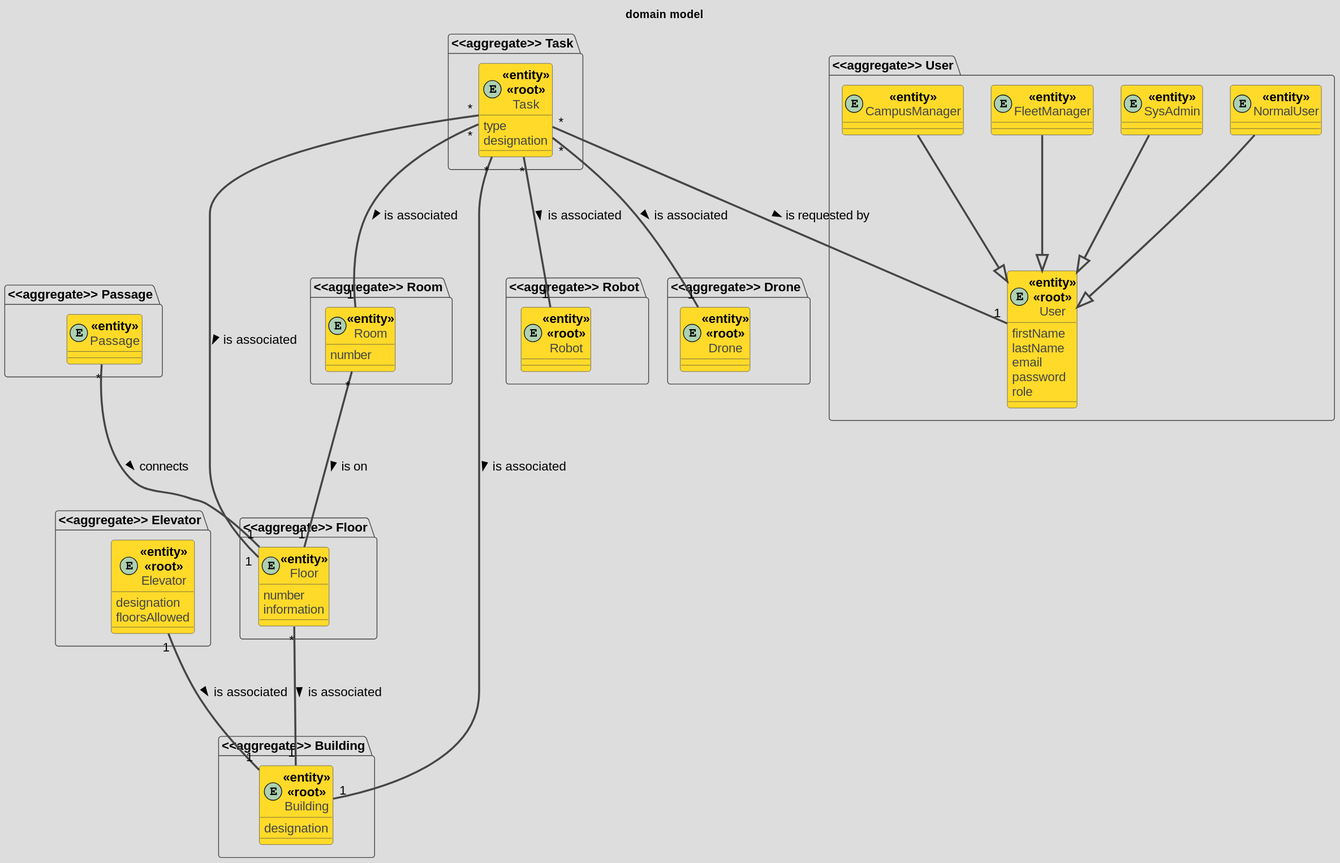
Before: docs/domain model.svg, a diagram exported from PlantUML (ruben1132/PI5_23-24).
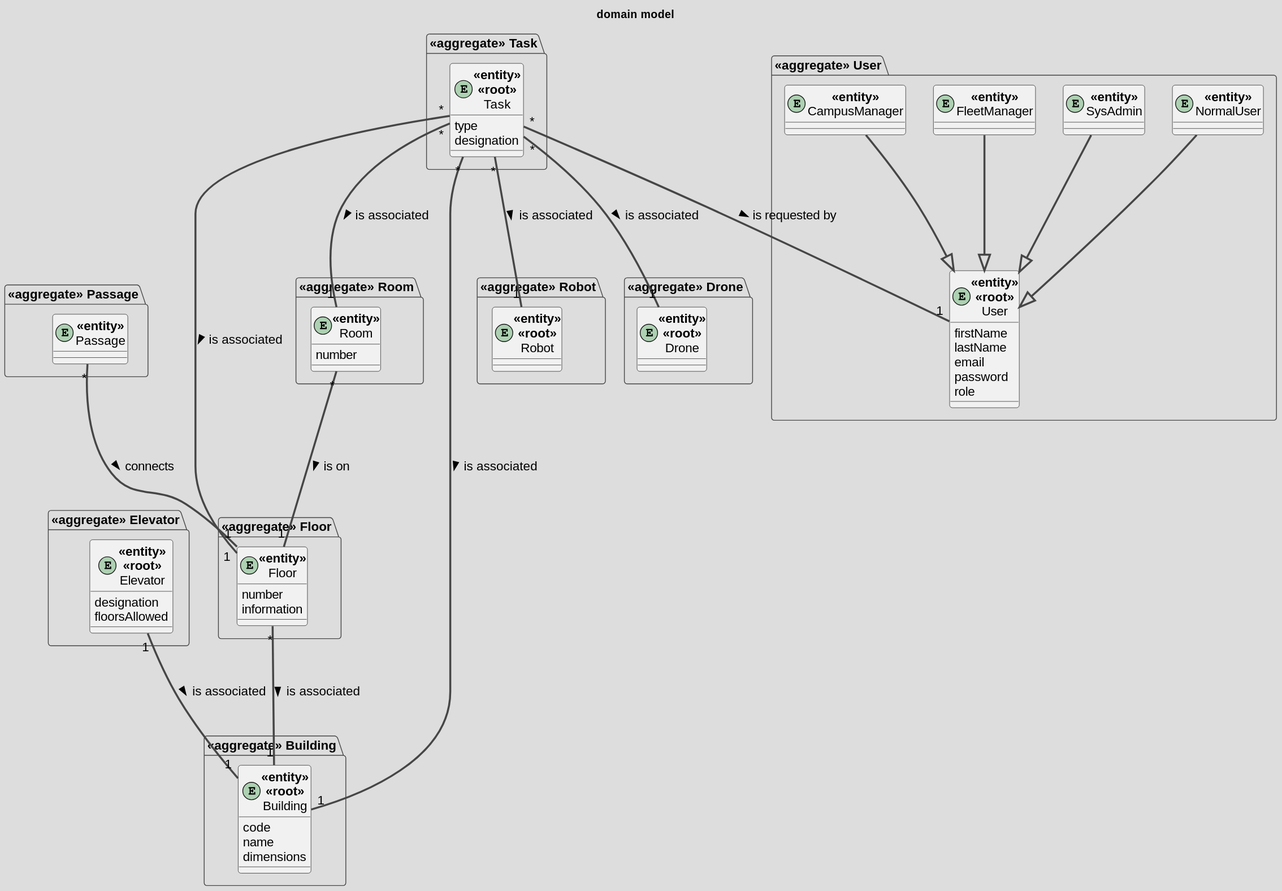
The same file after the commit.

Diff of the diagram source:
```diff
@@ -1,4 +1,5 @@
-@startuml domain model
+@startuml
+skinparamlocked defaultFontSize 20
 skinparam DefaultFontName Arial
 skinparam DefaultFontSize 16
 skinparam DefaultFontStyle bold
@@ -10,7 +11,9 @@
 package "<<aggregate>> Building"{
 
     entity Building <<entity>><<root>>{
-        designation
+        code
+        name
+        dimensions
     }
 
 }
@@ -111,6 +114,4 @@
 SysAdmin ---|> User
 FleetManager ---|> User
 CampusManager ---|> User
-
-
 @enduml
```
